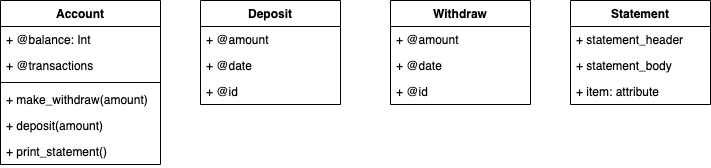
The draw.io diagram class_diagram.png in jotkafomat/bank_tech_test, before a commit. Source tidied: cells renumbered, new cells last; positions are measured from the earlier drawing's top-left corner, leaving out a move shared by most shapes. Source of this version:
```xml
<mxGraphModel>
  <root>
    <mxCell id="0" />
    <mxCell id="1" parent="0" />
    <mxCell id="2" value="Account" style="swimlane;fontStyle=1;align=center;verticalAlign=top;horizontal=1;startSize=26;" parent="1" vertex="1">
      <mxGeometry width="160" height="164" as="geometry" />
    </mxCell>
    <mxCell id="3" value="+ @balance: Int " style="text;strokeColor=none;fillColor=none;align=left;verticalAlign=top;spacingLeft=4;spacingRight=4;overflow=hidden;" parent="2" vertex="1">
      <mxGeometry y="26" width="160" height="26" as="geometry" />
    </mxCell>
    <mxCell id="4" value="+ @transactions" style="text;strokeColor=none;fillColor=none;align=left;verticalAlign=top;spacingLeft=4;spacingRight=4;overflow=hidden;" parent="2" vertex="1">
      <mxGeometry y="52" width="160" height="26" as="geometry" />
    </mxCell>
    <mxCell id="5" style="line;strokeWidth=1;fillColor=none;align=left;verticalAlign=middle;spacingTop=-1;spacingLeft=3;spacingRight=3;labelPosition=right;" parent="2" vertex="1">
      <mxGeometry y="78" width="160" height="8" as="geometry" />
    </mxCell>
    <mxCell id="6" value="+ make_withdraw(amount)" style="text;strokeColor=none;fillColor=none;align=left;verticalAlign=top;spacingLeft=4;spacingRight=4;overflow=hidden;" parent="2" vertex="1">
      <mxGeometry y="86" width="160" height="26" as="geometry" />
    </mxCell>
    <mxCell id="7" value="+ deposit(amount)&#10;" style="text;strokeColor=none;fillColor=none;align=left;verticalAlign=top;spacingLeft=4;spacingRight=4;overflow=hidden;" parent="2" vertex="1">
      <mxGeometry y="112" width="160" height="26" as="geometry" />
    </mxCell>
    <mxCell id="8" value="+ print_statement()" style="text;strokeColor=none;fillColor=none;align=left;verticalAlign=top;spacingLeft=4;spacingRight=4;overflow=hidden;" parent="2" vertex="1">
      <mxGeometry y="138" width="160" height="26" as="geometry" />
    </mxCell>
    <mxCell id="9" value="Deposit" style="swimlane;fontStyle=1;horizontal=1;startSize=26;fillColor=none;" parent="1" vertex="1">
      <mxGeometry x="200" width="140" height="104" as="geometry" />
    </mxCell>
    <mxCell id="10" value="+ @amount" style="text;strokeColor=none;fillColor=none;align=left;verticalAlign=top;spacingLeft=4;spacingRight=4;overflow=hidden;" parent="9" vertex="1">
      <mxGeometry y="26" width="140" height="26" as="geometry" />
    </mxCell>
    <mxCell id="11" value="+ @date" style="text;strokeColor=none;fillColor=none;align=left;verticalAlign=top;spacingLeft=4;spacingRight=4;overflow=hidden;" parent="9" vertex="1">
      <mxGeometry y="52" width="140" height="26" as="geometry" />
    </mxCell>
    <mxCell id="12" value="+ @id" style="text;strokeColor=none;fillColor=none;align=left;verticalAlign=top;spacingLeft=4;spacingRight=4;overflow=hidden;" parent="9" vertex="1">
      <mxGeometry y="78" width="140" height="26" as="geometry" />
    </mxCell>
    <mxCell id="13" value="Statement" style="swimlane;fontStyle=1;horizontal=1;startSize=26;fillColor=none;" parent="1" vertex="1">
      <mxGeometry x="570" width="140" height="104" as="geometry" />
    </mxCell>
    <mxCell id="14" value="+ statement_header" style="text;strokeColor=none;fillColor=none;align=left;verticalAlign=top;spacingLeft=4;spacingRight=4;overflow=hidden;" parent="13" vertex="1">
      <mxGeometry y="26" width="140" height="26" as="geometry" />
    </mxCell>
    <mxCell id="15" value="+ statement_body&#10;" style="text;strokeColor=none;fillColor=none;align=left;verticalAlign=top;spacingLeft=4;spacingRight=4;overflow=hidden;" parent="13" vertex="1">
      <mxGeometry y="52" width="140" height="26" as="geometry" />
    </mxCell>
    <mxCell id="16" value="+ item: attribute" style="text;strokeColor=none;fillColor=none;align=left;verticalAlign=top;spacingLeft=4;spacingRight=4;overflow=hidden;" parent="13" vertex="1">
      <mxGeometry y="78" width="140" height="26" as="geometry" />
    </mxCell>
    <mxCell id="17" value="Withdraw" style="swimlane;fontStyle=1;horizontal=1;startSize=26;fillColor=none;" parent="1" vertex="1">
      <mxGeometry x="390" width="140" height="104" as="geometry" />
    </mxCell>
    <mxCell id="18" value="+ @amount" style="text;strokeColor=none;fillColor=none;align=left;verticalAlign=top;spacingLeft=4;spacingRight=4;overflow=hidden;" parent="17" vertex="1">
      <mxGeometry y="26" width="140" height="26" as="geometry" />
    </mxCell>
    <mxCell id="19" value="+ @date" style="text;strokeColor=none;fillColor=none;align=left;verticalAlign=top;spacingLeft=4;spacingRight=4;overflow=hidden;" parent="17" vertex="1">
      <mxGeometry y="52" width="140" height="26" as="geometry" />
    </mxCell>
    <mxCell id="20" value="+ @id" style="text;strokeColor=none;fillColor=none;align=left;verticalAlign=top;spacingLeft=4;spacingRight=4;overflow=hidden;" parent="17" vertex="1">
      <mxGeometry y="78" width="140" height="26" as="geometry" />
    </mxCell>
  </root>
</mxGraphModel>
```
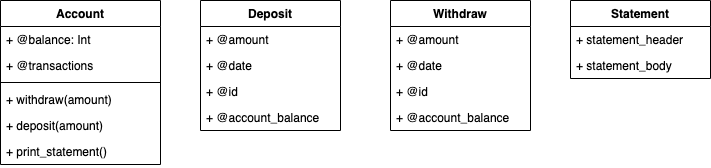
Above is the later version.

Commit message:
Update README.md and class diagram

The edit, as a diff of the source:
```diff
@@ -14,7 +14,7 @@
     <mxCell id="5" style="line;strokeWidth=1;fillColor=none;align=left;verticalAlign=middle;spacingTop=-1;spacingLeft=3;spacingRight=3;labelPosition=right;" parent="2" vertex="1">
       <mxGeometry y="78" width="160" height="8" as="geometry" />
     </mxCell>
-    <mxCell id="6" value="+ make_withdraw(amount)" style="text;strokeColor=none;fillColor=none;align=left;verticalAlign=top;spacingLeft=4;spacingRight=4;overflow=hidden;" parent="2" vertex="1">
+    <mxCell id="6" value="+ withdraw(amount)" style="text;strokeColor=none;fillColor=none;align=left;verticalAlign=top;spacingLeft=4;spacingRight=4;overflow=hidden;" parent="2" vertex="1">
       <mxGeometry y="86" width="160" height="26" as="geometry" />
     </mxCell>
     <mxCell id="7" value="+ deposit(amount)&#10;" style="text;strokeColor=none;fillColor=none;align=left;verticalAlign=top;spacingLeft=4;spacingRight=4;overflow=hidden;" parent="2" vertex="1">
@@ -24,7 +24,7 @@
       <mxGeometry y="138" width="160" height="26" as="geometry" />
     </mxCell>
     <mxCell id="9" value="Deposit" style="swimlane;fontStyle=1;horizontal=1;startSize=26;fillColor=none;" parent="1" vertex="1">
-      <mxGeometry x="200" width="140" height="104" as="geometry" />
+      <mxGeometry x="200" width="140" height="130" as="geometry" />
     </mxCell>
     <mxCell id="10" value="+ @amount" style="text;strokeColor=none;fillColor=none;align=left;verticalAlign=top;spacingLeft=4;spacingRight=4;overflow=hidden;" parent="9" vertex="1">
       <mxGeometry y="26" width="140" height="26" as="geometry" />
@@ -35,8 +35,11 @@
     <mxCell id="12" value="+ @id" style="text;strokeColor=none;fillColor=none;align=left;verticalAlign=top;spacingLeft=4;spacingRight=4;overflow=hidden;" parent="9" vertex="1">
       <mxGeometry y="78" width="140" height="26" as="geometry" />
     </mxCell>
+    <mxCell id="21" value="+ @account_balance" style="text;strokeColor=none;fillColor=none;align=left;verticalAlign=top;spacingLeft=4;spacingRight=4;overflow=hidden;" parent="9" vertex="1">
+      <mxGeometry y="104" width="140" height="26" as="geometry" />
+    </mxCell>
     <mxCell id="13" value="Statement" style="swimlane;fontStyle=1;horizontal=1;startSize=26;fillColor=none;" parent="1" vertex="1">
-      <mxGeometry x="570" width="140" height="104" as="geometry" />
+      <mxGeometry x="570" width="140" height="78" as="geometry" />
     </mxCell>
     <mxCell id="14" value="+ statement_header" style="text;strokeColor=none;fillColor=none;align=left;verticalAlign=top;spacingLeft=4;spacingRight=4;overflow=hidden;" parent="13" vertex="1">
       <mxGeometry y="26" width="140" height="26" as="geometry" />
@@ -44,11 +47,8 @@
     <mxCell id="15" value="+ statement_body&#10;" style="text;strokeColor=none;fillColor=none;align=left;verticalAlign=top;spacingLeft=4;spacingRight=4;overflow=hidden;" parent="13" vertex="1">
       <mxGeometry y="52" width="140" height="26" as="geometry" />
     </mxCell>
-    <mxCell id="16" value="+ item: attribute" style="text;strokeColor=none;fillColor=none;align=left;verticalAlign=top;spacingLeft=4;spacingRight=4;overflow=hidden;" parent="13" vertex="1">
-      <mxGeometry y="78" width="140" height="26" as="geometry" />
-    </mxCell>
     <mxCell id="17" value="Withdraw" style="swimlane;fontStyle=1;horizontal=1;startSize=26;fillColor=none;" parent="1" vertex="1">
-      <mxGeometry x="390" width="140" height="104" as="geometry" />
+      <mxGeometry x="390" width="140" height="130" as="geometry" />
     </mxCell>
     <mxCell id="18" value="+ @amount" style="text;strokeColor=none;fillColor=none;align=left;verticalAlign=top;spacingLeft=4;spacingRight=4;overflow=hidden;" parent="17" vertex="1">
       <mxGeometry y="26" width="140" height="26" as="geometry" />
@@ -59,5 +59,8 @@
     <mxCell id="20" value="+ @id" style="text;strokeColor=none;fillColor=none;align=left;verticalAlign=top;spacingLeft=4;spacingRight=4;overflow=hidden;" parent="17" vertex="1">
       <mxGeometry y="78" width="140" height="26" as="geometry" />
     </mxCell>
+    <mxCell id="22" value="+ @account_balance  " style="text;strokeColor=none;fillColor=none;align=left;verticalAlign=top;spacingLeft=4;spacingRight=4;overflow=hidden;" parent="17" vertex="1">
+      <mxGeometry y="104" width="140" height="26" as="geometry" />
+    </mxCell>
   </root>
 </mxGraphModel>
```
